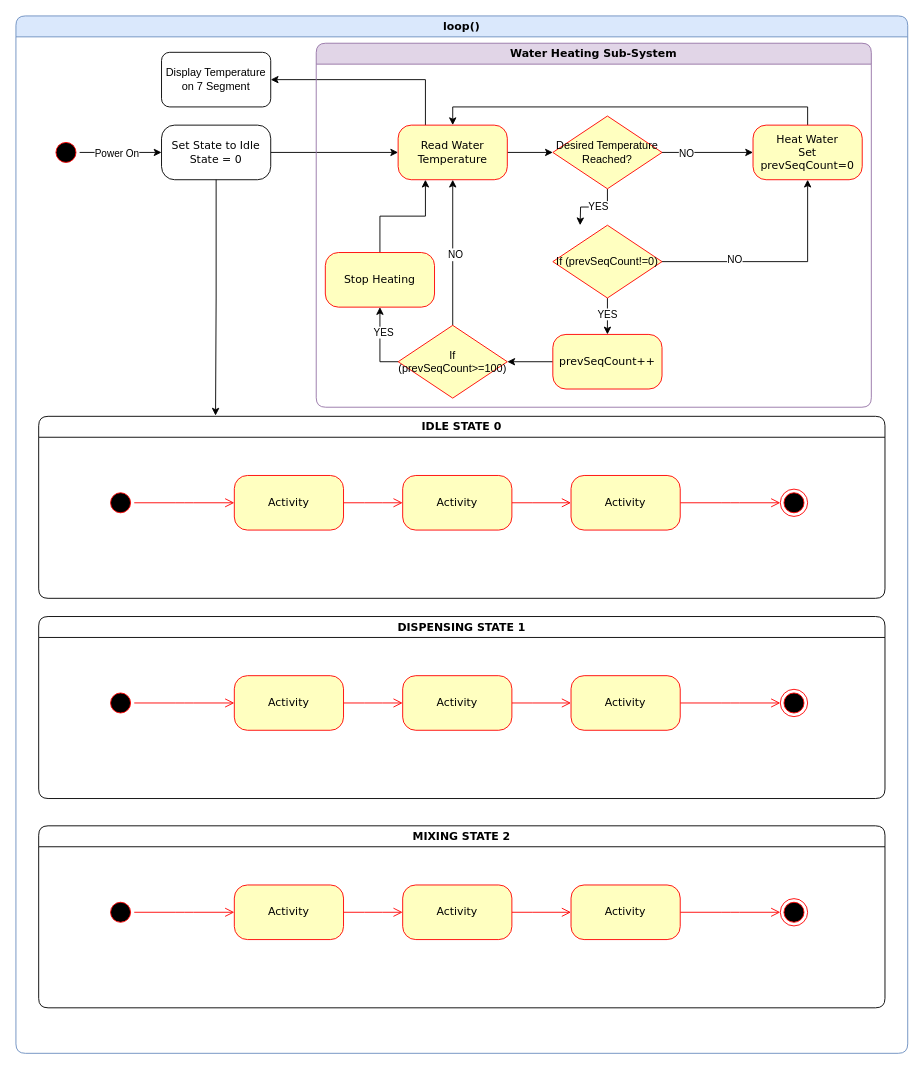
This is state.drawio from necroboi/RISK-AND-DECISION-HDB, a draw.io file, before an edit. Source tidied: cells renumbered, new cells numbered last; positions are measured from the earlier drawing's top-left corner, leaving out a move shared by most shapes. Both pictures are drawn from the tidied source at 91%, with x=0, y=0 at pixel (15, 15).
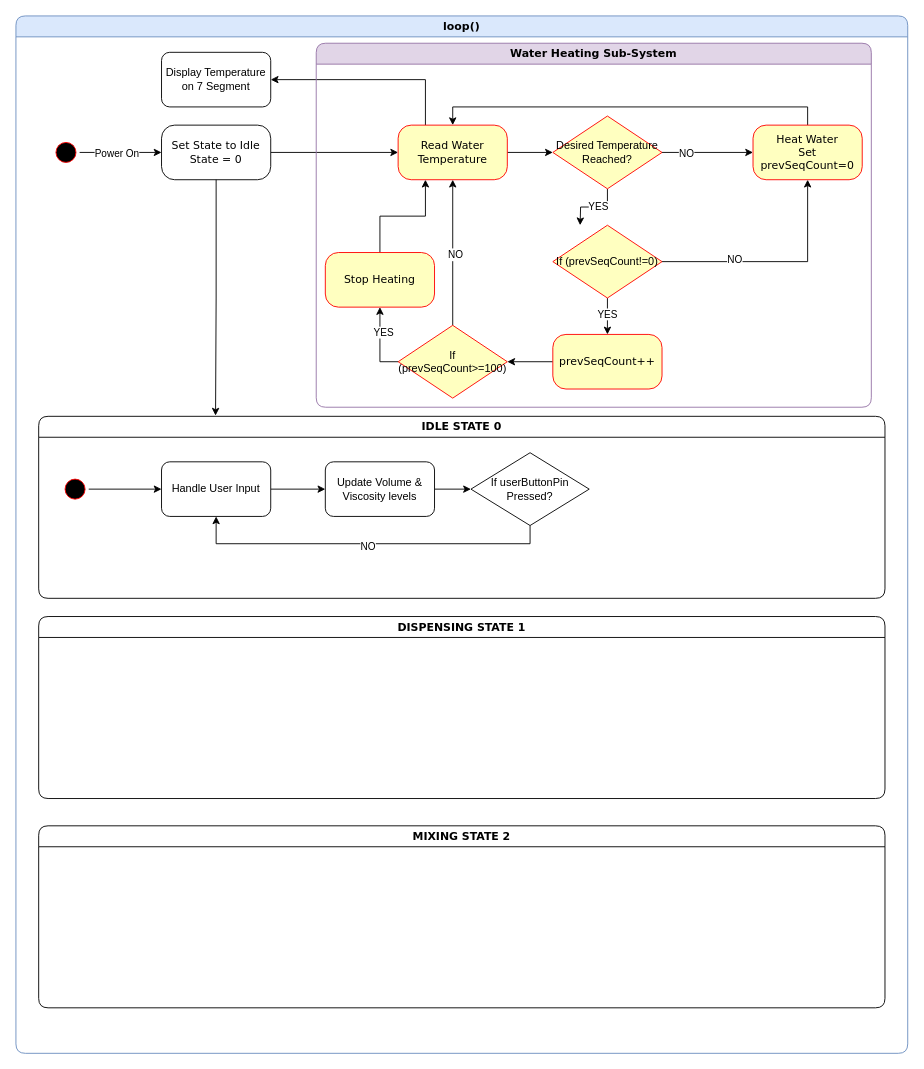
The same page after the edit.

Unchanged cells that the change refers to:
```xml
<mxCell id="14" value="IDLE STATE 0" style="swimlane;whiteSpace=wrap;html=1;rounded=1;shadow=0;comic=0;labelBackgroundColor=none;strokeWidth=1;fontFamily=Verdana;fontSize=12;align=center;" parent="1" vertex="1">
  <mxGeometry x="25" y="440" width="930" height="200" as="geometry" />
</mxCell>
<mxCell id="24" value="DISPENSING STATE 1" style="swimlane;whiteSpace=wrap;html=1;rounded=1;shadow=0;comic=0;labelBackgroundColor=none;strokeWidth=1;fontFamily=Verdana;fontSize=12;align=center;" parent="1" vertex="1">
  <mxGeometry x="25" y="660" width="930" height="200" as="geometry" />
</mxCell>
<mxCell id="34" value="MIXING STATE 2" style="swimlane;whiteSpace=wrap;html=1;rounded=1;shadow=0;comic=0;labelBackgroundColor=none;strokeWidth=1;fontFamily=Verdana;fontSize=12;align=center;startSize=23;" parent="1" vertex="1">
  <mxGeometry x="25" y="890" width="930" height="200" as="geometry" />
</mxCell>
<mxCell id="63" value="loop()" style="swimlane;whiteSpace=wrap;html=1;rounded=1;shadow=0;comic=0;labelBackgroundColor=none;strokeWidth=1;fontFamily=Verdana;fontSize=12;align=center;fillColor=#dae8fc;strokeColor=#6c8ebf;" parent="1" vertex="1">
  <mxGeometry width="980" height="1140" as="geometry" />
</mxCell>
```

Diff of the diagram source:
```diff
@@
-    <mxCell id="15" style="edgeStyle=elbowEdgeStyle;html=1;labelBackgroundColor=none;endArrow=open;endSize=8;strokeColor=#ff0000;fontFamily=Verdana;fontSize=12;align=left;" parent="14" edge="1" source="16" target="21">
-      <mxGeometry relative="1" as="geometry" />
-    </mxCell>
-    <mxCell id="16" value="Activity" style="rounded=1;whiteSpace=wrap;html=1;arcSize=24;fillColor=#ffffc0;strokeColor=#ff0000;shadow=0;comic=0;labelBackgroundColor=none;fontFamily=Verdana;fontSize=12;fontColor=#000000;align=center;" parent="14" vertex="1">
-      <mxGeometry x="215" y="65" width="120" height="60" as="geometry" />
-    </mxCell>
-    <mxCell id="17" style="ellipse;html=1;shape=endState;fillColor=#000000;strokeColor=#ff0000;rounded=1;shadow=0;comic=0;labelBackgroundColor=none;fontFamily=Verdana;fontSize=12;fontColor=#000000;align=center;" parent="14" vertex="1">
-      <mxGeometry x="815" y="80" width="30" height="30" as="geometry" />
-    </mxCell>
-    <mxCell id="18" style="edgeStyle=elbowEdgeStyle;html=1;labelBackgroundColor=none;endArrow=open;endSize=8;strokeColor=#ff0000;fontFamily=Verdana;fontSize=12;align=left;" parent="14" edge="1" source="19" target="16">
-      <mxGeometry relative="1" as="geometry" />
-    </mxCell>
-    <mxCell id="19" style="ellipse;html=1;shape=startState;fillColor=#000000;strokeColor=#ff0000;rounded=1;shadow=0;comic=0;labelBackgroundColor=none;fontFamily=Verdana;fontSize=12;fontColor=#000000;align=center;direction=south;" parent="14" vertex="1">
-      <mxGeometry x="75" y="80" width="30" height="30" as="geometry" />
-    </mxCell>
-    <mxCell id="20" style="edgeStyle=elbowEdgeStyle;html=1;labelBackgroundColor=none;endArrow=open;endSize=8;strokeColor=#ff0000;fontFamily=Verdana;fontSize=12;align=left;" parent="14" edge="1" source="21" target="23">
-      <mxGeometry relative="1" as="geometry" />
-    </mxCell>
-    <mxCell id="21" value="Activity" style="rounded=1;whiteSpace=wrap;html=1;arcSize=24;fillColor=#ffffc0;strokeColor=#ff0000;shadow=0;comic=0;labelBackgroundColor=none;fontFamily=Verdana;fontSize=12;fontColor=#000000;align=center;" parent="14" vertex="1">
-      <mxGeometry x="400" y="65" width="120" height="60" as="geometry" />
-    </mxCell>
-    <mxCell id="22" style="edgeStyle=elbowEdgeStyle;html=1;labelBackgroundColor=none;endArrow=open;endSize=8;strokeColor=#ff0000;fontFamily=Verdana;fontSize=12;align=left;" parent="14" edge="1" source="23" target="17">
-      <mxGeometry relative="1" as="geometry" />
-    </mxCell>
-    <mxCell id="23" value="Activity" style="rounded=1;whiteSpace=wrap;html=1;arcSize=24;fillColor=#ffffc0;strokeColor=#ff0000;shadow=0;comic=0;labelBackgroundColor=none;fontFamily=Verdana;fontSize=12;fontColor=#000000;align=center;" parent="14" vertex="1">
-      <mxGeometry x="585" y="65" width="120" height="60" as="geometry" />
-    </mxCell>
@@
-    <mxCell id="25" style="edgeStyle=elbowEdgeStyle;html=1;labelBackgroundColor=none;endArrow=open;endSize=8;strokeColor=#ff0000;fontFamily=Verdana;fontSize=12;align=left;" parent="24" edge="1" source="26" target="31">
-      <mxGeometry relative="1" as="geometry" />
-    </mxCell>
-    <mxCell id="26" value="Activity" style="rounded=1;whiteSpace=wrap;html=1;arcSize=24;fillColor=#ffffc0;strokeColor=#ff0000;shadow=0;comic=0;labelBackgroundColor=none;fontFamily=Verdana;fontSize=12;fontColor=#000000;align=center;" parent="24" vertex="1">
-      <mxGeometry x="215" y="65" width="120" height="60" as="geometry" />
-    </mxCell>
-    <mxCell id="27" style="ellipse;html=1;shape=endState;fillColor=#000000;strokeColor=#ff0000;rounded=1;shadow=0;comic=0;labelBackgroundColor=none;fontFamily=Verdana;fontSize=12;fontColor=#000000;align=center;" parent="24" vertex="1">
-      <mxGeometry x="815" y="80" width="30" height="30" as="geometry" />
-    </mxCell>
-    <mxCell id="28" style="edgeStyle=elbowEdgeStyle;html=1;labelBackgroundColor=none;endArrow=open;endSize=8;strokeColor=#ff0000;fontFamily=Verdana;fontSize=12;align=left;" parent="24" edge="1" source="29" target="26">
-      <mxGeometry relative="1" as="geometry" />
-    </mxCell>
-    <mxCell id="29" style="ellipse;html=1;shape=startState;fillColor=#000000;strokeColor=#ff0000;rounded=1;shadow=0;comic=0;labelBackgroundColor=none;fontFamily=Verdana;fontSize=12;fontColor=#000000;align=center;direction=south;" parent="24" vertex="1">
-      <mxGeometry x="75" y="80" width="30" height="30" as="geometry" />
-    </mxCell>
-    <mxCell id="30" style="edgeStyle=elbowEdgeStyle;html=1;labelBackgroundColor=none;endArrow=open;endSize=8;strokeColor=#ff0000;fontFamily=Verdana;fontSize=12;align=left;" parent="24" edge="1" source="31" target="33">
-      <mxGeometry relative="1" as="geometry" />
-    </mxCell>
-    <mxCell id="31" value="Activity" style="rounded=1;whiteSpace=wrap;html=1;arcSize=24;fillColor=#ffffc0;strokeColor=#ff0000;shadow=0;comic=0;labelBackgroundColor=none;fontFamily=Verdana;fontSize=12;fontColor=#000000;align=center;" parent="24" vertex="1">
-      <mxGeometry x="400" y="65" width="120" height="60" as="geometry" />
-    </mxCell>
-    <mxCell id="32" style="edgeStyle=elbowEdgeStyle;html=1;labelBackgroundColor=none;endArrow=open;endSize=8;strokeColor=#ff0000;fontFamily=Verdana;fontSize=12;align=left;" parent="24" edge="1" source="33" target="27">
-      <mxGeometry relative="1" as="geometry" />
-    </mxCell>
-    <mxCell id="33" value="Activity" style="rounded=1;whiteSpace=wrap;html=1;arcSize=24;fillColor=#ffffc0;strokeColor=#ff0000;shadow=0;comic=0;labelBackgroundColor=none;fontFamily=Verdana;fontSize=12;fontColor=#000000;align=center;" parent="24" vertex="1">
-      <mxGeometry x="585" y="65" width="120" height="60" as="geometry" />
-    </mxCell>
@@
-    <mxCell id="35" style="edgeStyle=elbowEdgeStyle;html=1;labelBackgroundColor=none;endArrow=open;endSize=8;strokeColor=#ff0000;fontFamily=Verdana;fontSize=12;align=left;" parent="34" edge="1" source="36" target="41">
-      <mxGeometry relative="1" as="geometry" />
-    </mxCell>
-    <mxCell id="36" value="Activity" style="rounded=1;whiteSpace=wrap;html=1;arcSize=24;fillColor=#ffffc0;strokeColor=#ff0000;shadow=0;comic=0;labelBackgroundColor=none;fontFamily=Verdana;fontSize=12;fontColor=#000000;align=center;" parent="34" vertex="1">
-      <mxGeometry x="215" y="65" width="120" height="60" as="geometry" />
-    </mxCell>
-    <mxCell id="37" style="ellipse;html=1;shape=endState;fillColor=#000000;strokeColor=#ff0000;rounded=1;shadow=0;comic=0;labelBackgroundColor=none;fontFamily=Verdana;fontSize=12;fontColor=#000000;align=center;" parent="34" vertex="1">
-      <mxGeometry x="815" y="80" width="30" height="30" as="geometry" />
-    </mxCell>
-    <mxCell id="38" style="edgeStyle=elbowEdgeStyle;html=1;labelBackgroundColor=none;endArrow=open;endSize=8;strokeColor=#ff0000;fontFamily=Verdana;fontSize=12;align=left;" parent="34" edge="1" source="39" target="36">
-      <mxGeometry relative="1" as="geometry" />
-    </mxCell>
-    <mxCell id="39" style="ellipse;html=1;shape=startState;fillColor=#000000;strokeColor=#ff0000;rounded=1;shadow=0;comic=0;labelBackgroundColor=none;fontFamily=Verdana;fontSize=12;fontColor=#000000;align=center;direction=south;" parent="34" vertex="1">
-      <mxGeometry x="75" y="80" width="30" height="30" as="geometry" />
-    </mxCell>
-    <mxCell id="40" style="edgeStyle=elbowEdgeStyle;html=1;labelBackgroundColor=none;endArrow=open;endSize=8;strokeColor=#ff0000;fontFamily=Verdana;fontSize=12;align=left;" parent="34" edge="1" source="41" target="43">
-      <mxGeometry relative="1" as="geometry" />
-    </mxCell>
-    <mxCell id="41" value="Activity" style="rounded=1;whiteSpace=wrap;html=1;arcSize=24;fillColor=#ffffc0;strokeColor=#ff0000;shadow=0;comic=0;labelBackgroundColor=none;fontFamily=Verdana;fontSize=12;fontColor=#000000;align=center;" parent="34" vertex="1">
-      <mxGeometry x="400" y="65" width="120" height="60" as="geometry" />
-    </mxCell>
-    <mxCell id="42" style="edgeStyle=elbowEdgeStyle;html=1;labelBackgroundColor=none;endArrow=open;endSize=8;strokeColor=#ff0000;fontFamily=Verdana;fontSize=12;align=left;" parent="34" edge="1" source="43" target="37">
-      <mxGeometry relative="1" as="geometry" />
-    </mxCell>
-    <mxCell id="43" value="Activity" style="rounded=1;whiteSpace=wrap;html=1;arcSize=24;fillColor=#ffffc0;strokeColor=#ff0000;shadow=0;comic=0;labelBackgroundColor=none;fontFamily=Verdana;fontSize=12;fontColor=#000000;align=center;" parent="34" vertex="1">
-      <mxGeometry x="585" y="65" width="120" height="60" as="geometry" />
-    </mxCell>
@@
+    <mxCell id="66" style="edgeStyle=orthogonalEdgeStyle;rounded=0;jettySize=auto;html=1;exitX=1;exitY=0.5;exitDx=0;exitDy=0;entryX=0;entryY=0.5;entryDx=0;entryDy=0;" parent="63" edge="1" source="67" target="71">
+      <mxGeometry relative="1" as="geometry" />
+    </mxCell>
+    <mxCell id="67" value="Handle User Input" style="rounded=1;whiteSpace=wrap;html=1;" parent="63" vertex="1">
+      <mxGeometry x="160" y="490" width="120" height="60" as="geometry" />
+    </mxCell>
+    <mxCell id="68" style="edgeStyle=orthogonalEdgeStyle;rounded=0;jettySize=auto;html=1;exitX=0.5;exitY=0;exitDx=0;exitDy=0;entryX=0;entryY=0.5;entryDx=0;entryDy=0;" parent="63" edge="1" source="69" target="67">
+      <mxGeometry relative="1" as="geometry" />
+    </mxCell>
+    <mxCell id="69" style="ellipse;html=1;shape=startState;fillColor=#000000;strokeColor=#ff0000;rounded=1;shadow=0;comic=0;labelBackgroundColor=none;fontFamily=Verdana;fontSize=12;fontColor=#000000;align=center;direction=south;" parent="63" vertex="1">
+      <mxGeometry x="50" y="505" width="30" height="30" as="geometry" />
+    </mxCell>
+    <mxCell id="70" style="edgeStyle=orthogonalEdgeStyle;rounded=0;jettySize=auto;html=1;exitX=1;exitY=0.5;exitDx=0;exitDy=0;entryX=0;entryY=0.5;entryDx=0;entryDy=0;" parent="63" edge="1" source="71" target="74">
+      <mxGeometry relative="1" as="geometry" />
+    </mxCell>
+    <mxCell id="71" value="Update Volume &amp;amp; Viscosity levels" style="rounded=1;whiteSpace=wrap;html=1;" parent="63" vertex="1">
+      <mxGeometry x="340" y="490" width="120" height="60" as="geometry" />
+    </mxCell>
+    <mxCell id="72" style="edgeStyle=orthogonalEdgeStyle;rounded=0;jettySize=auto;html=1;exitX=0.5;exitY=1;exitDx=0;exitDy=0;entryX=0.5;entryY=1;entryDx=0;entryDy=0;" parent="63" edge="1" source="74" target="67">
+      <mxGeometry relative="1" as="geometry" />
+    </mxCell>
+    <mxCell id="73" value="NO" style="edgeLabel;html=1;align=center;verticalAlign=middle;" parent="72" vertex="1">
+      <mxGeometry x="0.01" y="2" relative="1" as="geometry" />
+    </mxCell>
+    <mxCell id="74" value="If userButtonPin Pressed?" style="rhombus;whiteSpace=wrap;html=1;" parent="63" vertex="1">
+      <mxGeometry x="500" y="480" width="130" height="80" as="geometry" />
+    </mxCell>
```
